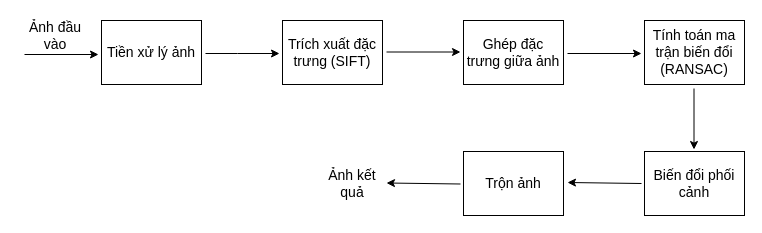
nghiafl1/spring-boot-learning keeps this draw.io diagram as page "Page-1" (1 of 2) of Untitled Diagram.drawio. Above is the earlier version. Source tidied: cells renumbered, new cells numbered last; positions are measured from the earlier drawing's top-left corner, leaving out a move shared by most shapes. Both pictures are drawn from the tidied source at 100%, with x=0, y=0 at pixel (24, 17).
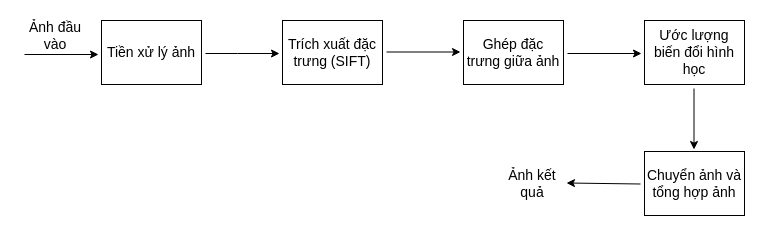
The same diagram, later.

The edit, as a diff of the source:
```diff
@@
-    <mxCell id="10" value="Tính toán ma trận biến đổi (RANSAC)" style="rounded=0;whiteSpace=wrap;html=1;fontSize=14;" parent="1" vertex="1">
+    <mxCell id="10" value="Ước lượng biến đổi hình học" style="rounded=0;whiteSpace=wrap;html=1;fontSize=14;" parent="1" vertex="1">
       <mxGeometry x="620" y="3" width="100" height="64" as="geometry" />
     </mxCell>
@@
-    <mxCell id="12" value="Biến đổi phối cảnh" style="rounded=0;whiteSpace=wrap;html=1;fontSize=14;" parent="1" vertex="1">
+    <mxCell id="12" value="Chuyển ảnh và tổng hợp ảnh" style="rounded=0;whiteSpace=wrap;html=1;fontSize=14;" parent="1" vertex="1">
       <mxGeometry x="620" y="134" width="100" height="64" as="geometry" />
     </mxCell>
-    <mxCell id="13" style="endArrow=classic;html=1;rounded=0;" parent="1" edge="1">
-      <mxGeometry relative="1" as="geometry">
-        <mxPoint x="617" y="166" as="sourcePoint" />
-        <mxPoint x="543" y="165" as="targetPoint" />
-      </mxGeometry>
-    </mxCell>
-    <mxCell id="14" value="Trộn ảnh" style="rounded=0;whiteSpace=wrap;html=1;fontSize=14;" parent="1" vertex="1">
-      <mxGeometry x="439" y="134" width="100" height="64" as="geometry" />
-    </mxCell>
     <mxCell id="15" style="endArrow=classic;html=1;rounded=0;" parent="1" edge="1">
       <mxGeometry relative="1" as="geometry">
-        <mxPoint x="436" y="166.5" as="sourcePoint" />
-        <mxPoint x="362" y="165.5" as="targetPoint" />
+        <mxPoint x="616" y="166.5" as="sourcePoint" />
+        <mxPoint x="542" y="165.5" as="targetPoint" />
       </mxGeometry>
     </mxCell>
     <mxCell id="16" value="Ảnh kết quả" style="text;html=1;align=center;verticalAlign=middle;whiteSpace=wrap;rounded=0;fontSize=14;" parent="1" vertex="1">
-      <mxGeometry x="298" y="148" width="60" height="36" as="geometry" />
+      <mxGeometry x="478" y="148" width="60" height="36" as="geometry" />
     </mxCell>
```
